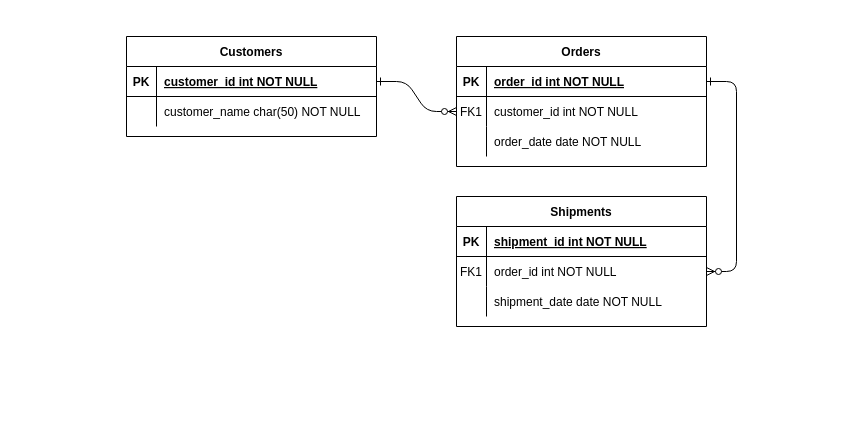
The draw.io diagram Untitled Diagram.drawio in curtiskelowna/git-mania, before the edit. Source tidied: cells renumbered, new cells numbered last; positions are measured from the earlier drawing's top-left corner, leaving out a move shared by most shapes. Both pictures are drawn from the tidied source at 100%, with x=0, y=0 at pixel (126, 36).
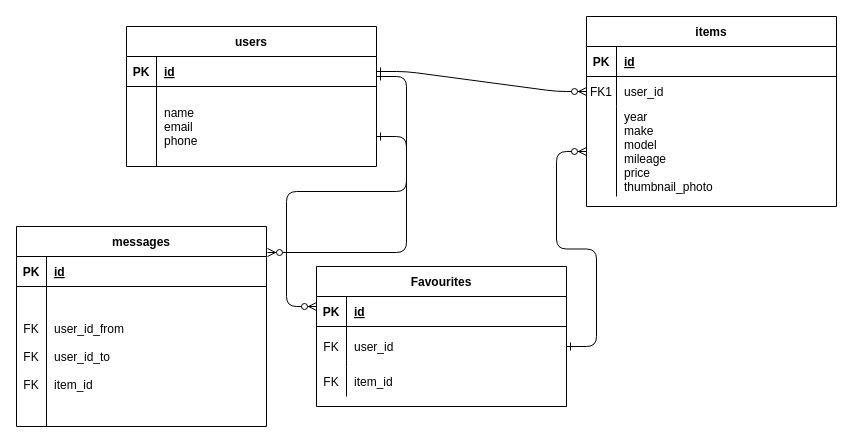
The same page after the edit.

Unchanged cells that the change refers to:
```xml
<mxCell id="5" style="shape=partialRectangle;fillColor=none;points=[[0,0.5],[1,0.5]];portConstraint=eastwest;top=0;left=0;right=0;bottom=1;" parent="4" vertex="1">
  <mxGeometry y="30" width="250" height="30" as="geometry" />
</mxCell>
<mxCell id="8" style="shape=partialRectangle;fillColor=none;points=[[0,0.5],[1,0.5]];portConstraint=eastwest;top=0;left=0;right=0;bottom=0;" parent="4" vertex="1">
  <mxGeometry y="60" width="250" height="30" as="geometry" />
</mxCell>
<mxCell id="15" style="shape=partialRectangle;fillColor=none;top=0;left=0;right=0;bottom=1;" parent="14" vertex="1">
  <mxGeometry y="30" width="250" height="30" as="geometry" />
</mxCell>
<mxCell id="25" style="shape=partialRectangle;fillColor=none;points=[[0,0.5],[1,0.5]];portConstraint=eastwest;top=0;left=0;right=0;bottom=1;" parent="24" vertex="1">
  <mxGeometry y="30" width="250" height="30" as="geometry" />
</mxCell>
```

The edit, as a diff of the source:
```diff
@@
-    <mxCell id="2" style="edgeStyle=entityRelationEdgeStyle;endArrow=ERzeroToMany;startArrow=ERone;endFill=1;startFill=0;" parent="1" edge="1" source="25" target="8">
-      <mxGeometry relative="1" as="geometry" />
+    <mxCell id="2" style="edgeStyle=entityRelationEdgeStyle;endArrow=ERzeroToMany;startArrow=ERone;endFill=1;startFill=0;entryX=0;entryY=0.5;entryDx=0;entryDy=0;" parent="1" edge="1" source="25" target="8">
+      <mxGeometry relative="1" as="geometry">
+        <Array as="points">
+          <mxPoint x="310" y="75" />
+        </Array>
+      </mxGeometry>
     </mxCell>
-    <mxCell id="3" style="edgeStyle=entityRelationEdgeStyle;endArrow=ERzeroToMany;startArrow=ERone;endFill=1;startFill=0;" parent="1" edge="1" source="5" target="18">
-      <mxGeometry relative="1" as="geometry" />
+    <mxCell id="3" style="edgeStyle=entityRelationEdgeStyle;endArrow=ERzeroToMany;startArrow=ERone;endFill=1;startFill=0;" parent="1" edge="1">
+      <mxGeometry relative="1" as="geometry">
+        <mxPoint x="250" y="40" as="sourcePoint" />
+        <mxPoint x="190" y="270" as="targetPoint" />
+      </mxGeometry>
     </mxCell>
-    <mxCell id="4" value="Orders" style="shape=table;startSize=30;childLayout=tableLayout;rowLines=0;fontStyle=1;align=center;" parent="1" vertex="1">
-      <mxGeometry x="330" width="250" height="130" as="geometry" />
+    <mxCell id="4" value="items" style="shape=table;startSize=30;childLayout=tableLayout;rowLines=0;fontStyle=1;align=center;" parent="1" vertex="1">
+      <mxGeometry x="460" y="-20" width="250" height="190" as="geometry" />
     </mxCell>
@@
-    <mxCell id="7" value="order_id int NOT NULL " style="shape=partialRectangle;overflow=hidden;fillColor=none;top=0;left=0;bottom=0;right=0;align=left;spacingLeft=6;fontStyle=5;" parent="5" vertex="1">
+    <mxCell id="7" value="id" style="shape=partialRectangle;overflow=hidden;fillColor=none;top=0;left=0;bottom=0;right=0;align=left;spacingLeft=6;fontStyle=5;" parent="5" vertex="1">
       <mxGeometry x="30" width="220" height="30" as="geometry" />
     </mxCell>
@@
-    <mxCell id="10" value="customer_id int NOT NULL" style="shape=partialRectangle;overflow=hidden;fillColor=none;top=0;left=0;bottom=0;right=0;align=left;spacingLeft=6;" parent="8" vertex="1">
+    <mxCell id="10" value="user_id " style="shape=partialRectangle;overflow=hidden;fillColor=none;top=0;left=0;bottom=0;right=0;align=left;spacingLeft=6;" parent="8" vertex="1">
       <mxGeometry x="30" width="220" height="30" as="geometry" />
     </mxCell>
     <mxCell id="11" style="shape=partialRectangle;fillColor=none;points=[[0,0.5],[1,0.5]];portConstraint=eastwest;top=0;left=0;right=0;bottom=0;" parent="4" vertex="1">
-      <mxGeometry y="90" width="250" height="30" as="geometry" />
+      <mxGeometry y="90" width="250" height="90" as="geometry" />
     </mxCell>
     <mxCell id="12" style="shape=partialRectangle;overflow=hidden;fillColor=none;top=0;left=0;bottom=0;right=0;" parent="11" vertex="1">
-      <mxGeometry width="30" height="30" as="geometry" />
+      <mxGeometry width="30" height="90" as="geometry" />
     </mxCell>
-    <mxCell id="13" value="order_date date NOT NULL" style="shape=partialRectangle;overflow=hidden;fillColor=none;top=0;left=0;bottom=0;right=0;align=left;spacingLeft=6;" parent="11" vertex="1">
-      <mxGeometry x="30" width="220" height="30" as="geometry" />
+    <mxCell id="13" value="year&#10;make&#10;model&#10;mileage&#10;price&#10;thumbnail_photo" style="shape=partialRectangle;overflow=hidden;fillColor=none;top=0;left=0;bottom=0;right=0;align=left;spacingLeft=6;" parent="11" vertex="1">
+      <mxGeometry x="30" width="220" height="90" as="geometry" />
     </mxCell>
-    <mxCell id="14" value="Shipments" style="shape=table;startSize=30;childLayout=tableLayout;rowLines=0;fontStyle=1;align=center;" parent="1" vertex="1">
-      <mxGeometry x="330" y="160" width="250" height="130" as="geometry" />
+    <mxCell id="14" value="Favourites" style="shape=table;startSize=30;childLayout=tableLayout;rowLines=0;fontStyle=1;align=center;" parent="1" vertex="1">
+      <mxGeometry x="190" y="230" width="250" height="140" as="geometry" />
     </mxCell>
@@
-    <mxCell id="17" value="shipment_id int NOT NULL " style="shape=partialRectangle;overflow=hidden;fillColor=none;top=0;left=0;bottom=0;right=0;align=left;spacingLeft=6;fontStyle=5;" parent="15" vertex="1">
+    <mxCell id="17" value="id" style="shape=partialRectangle;overflow=hidden;fillColor=none;top=0;left=0;bottom=0;right=0;align=left;spacingLeft=6;fontStyle=5;" parent="15" vertex="1">
       <mxGeometry x="30" width="220" height="30" as="geometry" />
     </mxCell>
     <mxCell id="18" style="shape=partialRectangle;fillColor=none;points=[[0,0.5],[1,0.5]];portConstraint=eastwest;top=0;left=0;right=0;bottom=0;" parent="14" vertex="1">
-      <mxGeometry y="60" width="250" height="30" as="geometry" />
+      <mxGeometry y="60" width="250" height="40" as="geometry" />
     </mxCell>
-    <mxCell id="19" value="FK1" style="shape=partialRectangle;overflow=hidden;fillColor=none;top=0;left=0;bottom=0;right=0;" parent="18" vertex="1">
-      <mxGeometry width="30" height="30" as="geometry" />
+    <mxCell id="19" value="FK" style="shape=partialRectangle;overflow=hidden;fillColor=none;top=0;left=0;bottom=0;right=0;" parent="18" vertex="1">
+      <mxGeometry width="30" height="40" as="geometry" />
     </mxCell>
-    <mxCell id="20" value="order_id int NOT NULL" style="shape=partialRectangle;overflow=hidden;fillColor=none;top=0;left=0;bottom=0;right=0;align=left;spacingLeft=6;" parent="18" vertex="1">
-      <mxGeometry x="30" width="220" height="30" as="geometry" />
+    <mxCell id="20" value="user_id" style="shape=partialRectangle;overflow=hidden;fillColor=none;top=0;left=0;bottom=0;right=0;align=left;spacingLeft=6;" parent="18" vertex="1">
+      <mxGeometry x="30" width="220" height="40" as="geometry" />
     </mxCell>
     <mxCell id="21" style="shape=partialRectangle;fillColor=none;top=0;left=0;right=0;bottom=0;" parent="14" vertex="1">
-      <mxGeometry y="90" width="250" height="30" as="geometry" />
+      <mxGeometry y="100" width="250" height="30" as="geometry" />
     </mxCell>
-    <mxCell id="22" style="shape=partialRectangle;overflow=hidden;fillColor=none;top=0;left=0;bottom=0;right=0;" parent="21" vertex="1">
+    <mxCell id="22" value="FK" style="shape=partialRectangle;overflow=hidden;fillColor=none;top=0;left=0;bottom=0;right=0;" parent="21" vertex="1">
       <mxGeometry width="30" height="30" as="geometry" />
     </mxCell>
-    <mxCell id="23" value="shipment_date date NOT NULL" style="shape=partialRectangle;overflow=hidden;fillColor=none;top=0;left=0;bottom=0;right=0;align=left;spacingLeft=6;" parent="21" vertex="1">
+    <mxCell id="23" value="item_id" style="shape=partialRectangle;overflow=hidden;fillColor=none;top=0;left=0;bottom=0;right=0;align=left;spacingLeft=6;" parent="21" vertex="1">
       <mxGeometry x="30" width="220" height="30" as="geometry" />
     </mxCell>
-    <mxCell id="24" value="Customers" style="shape=table;startSize=30;childLayout=tableLayout;rowLines=0;fontStyle=1;align=center;" parent="1" vertex="1">
-      <mxGeometry width="250" height="100" as="geometry" />
+    <mxCell id="24" value="users" style="shape=table;startSize=30;childLayout=tableLayout;rowLines=0;fontStyle=1;align=center;" parent="1" vertex="1">
+      <mxGeometry y="-10" width="250" height="140" as="geometry" />
     </mxCell>
@@
-    <mxCell id="27" value="customer_id int NOT NULL " style="shape=partialRectangle;overflow=hidden;fillColor=none;top=0;left=0;bottom=0;right=0;align=left;spacingLeft=6;fontStyle=5;" parent="25" vertex="1">
+    <mxCell id="27" value="id" style="shape=partialRectangle;overflow=hidden;fillColor=none;top=0;left=0;bottom=0;right=0;align=left;spacingLeft=6;fontStyle=5;" parent="25" vertex="1">
       <mxGeometry x="30" width="220" height="30" as="geometry" />
     </mxCell>
     <mxCell id="28" style="shape=partialRectangle;fillColor=none;top=0;left=0;right=0;bottom=0;" parent="24" vertex="1">
-      <mxGeometry y="60" width="250" height="30" as="geometry" />
+      <mxGeometry y="60" width="250" height="80" as="geometry" />
     </mxCell>
     <mxCell id="29" style="shape=partialRectangle;overflow=hidden;fillColor=none;top=0;left=0;bottom=0;right=0;" parent="28" vertex="1">
-      <mxGeometry width="30" height="30" as="geometry" />
+      <mxGeometry width="30" height="80" as="geometry" />
     </mxCell>
-    <mxCell id="30" value="customer_name char(50) NOT NULL" style="shape=partialRectangle;overflow=hidden;fillColor=none;top=0;left=0;bottom=0;right=0;align=left;spacingLeft=6;" parent="28" vertex="1">
-      <mxGeometry x="30" width="220" height="30" as="geometry" />
+    <mxCell id="30" value="name&#10;email&#10;phone" style="shape=partialRectangle;overflow=hidden;fillColor=none;top=0;left=0;bottom=0;right=0;align=left;spacingLeft=6;" parent="28" vertex="1">
+      <mxGeometry x="30" width="220" height="80" as="geometry" />
     </mxCell>
+    <mxCell id="31" style="edgeStyle=entityRelationEdgeStyle;endArrow=ERzeroToMany;startArrow=ERone;endFill=1;startFill=0;exitX=1;exitY=0.5;exitDx=0;exitDy=0;" parent="1" edge="1" source="18" target="11">
+      <mxGeometry relative="1" as="geometry">
+        <Array as="points">
+          <mxPoint x="795" y="400" />
+          <mxPoint x="795" y="320" />
+          <mxPoint x="775" y="310" />
+          <mxPoint x="765" y="270" />
+          <mxPoint x="785" y="170" />
+        </Array>
+      </mxGeometry>
+    </mxCell>
+    <mxCell id="32" value="messages" style="shape=table;startSize=30;childLayout=tableLayout;rowLines=0;fontStyle=1;align=center;" parent="1" vertex="1">
+      <mxGeometry x="-110" y="190" width="250" height="200" as="geometry" />
+    </mxCell>
+    <mxCell id="33" style="shape=partialRectangle;fillColor=none;top=0;left=0;right=0;bottom=1;" parent="32" vertex="1">
+      <mxGeometry y="30" width="250" height="30" as="geometry" />
+    </mxCell>
+    <mxCell id="34" value="PK" style="shape=partialRectangle;overflow=hidden;fillColor=none;top=0;left=0;bottom=0;right=0;fontStyle=1;" parent="33" vertex="1">
+      <mxGeometry width="30" height="30" as="geometry" />
+    </mxCell>
+    <mxCell id="35" value="id" style="shape=partialRectangle;overflow=hidden;fillColor=none;top=0;left=0;bottom=0;right=0;align=left;spacingLeft=6;fontStyle=5;" parent="33" vertex="1">
+      <mxGeometry x="30" width="220" height="30" as="geometry" />
+    </mxCell>
+    <mxCell id="36" style="shape=partialRectangle;fillColor=none;top=0;left=0;right=0;bottom=0;" parent="32" vertex="1">
+      <mxGeometry y="60" width="250" height="140" as="geometry" />
+    </mxCell>
+    <mxCell id="37" value="FK&#10;&#10;FK&#10;&#10;FK" style="shape=partialRectangle;overflow=hidden;fillColor=none;top=0;left=0;bottom=0;right=0;" parent="36" vertex="1">
+      <mxGeometry width="30" height="140" as="geometry" />
+    </mxCell>
+    <mxCell id="38" value="user_id_from&#10;&#10;user_id_to&#10;&#10;item_id" style="shape=partialRectangle;overflow=hidden;fillColor=none;top=0;left=0;bottom=0;right=0;align=left;spacingLeft=6;" parent="36" vertex="1">
+      <mxGeometry x="30" width="220" height="140" as="geometry" />
+    </mxCell>
+    <mxCell id="39" style="edgeStyle=entityRelationEdgeStyle;endArrow=ERzeroToMany;startArrow=ERone;endFill=1;startFill=0;entryX=1.004;entryY=0.13;entryDx=0;entryDy=0;entryPerimeter=0;" parent="1" edge="1" target="32">
+      <mxGeometry relative="1" as="geometry">
+        <mxPoint x="250" y="100" as="sourcePoint" />
+        <Array as="points">
+          <mxPoint x="80" y="80" />
+          <mxPoint x="310" y="160" />
+          <mxPoint x="300" y="160" />
+          <mxPoint x="30" y="115" />
+        </Array>
+      </mxGeometry>
+    </mxCell>
```
